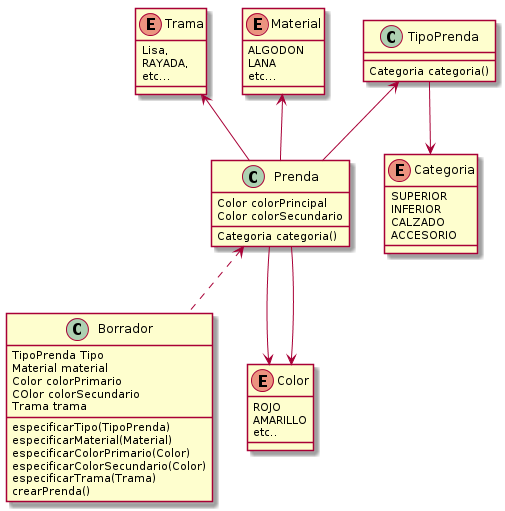
Above: diagrama.png in heinHertz/QueMePongoCuartaIteracion (PlantUML), before the change. Its diagram source:
```plantuml
@startuml
Trama  <--  Prenda
Material <--  Prenda


Prenda <.. Borrador


Prenda --> Color
Prenda --> Color

TipoPrenda <-- Prenda


TipoPrenda --> Categoria




enum Color{
ROJO
AMARILLO
etc..
}



class Prenda{
Color colorPrincipal
Color colorSecundario
  Categoria categoria()
}

class Borrador{
  TipoPrenda Tipo
  Material material
  Color colorPrimario
  COlor colorSecundario
  Trama trama
  especificarTipo(TipoPrenda)
  especificarMaterial(Material)
  especificarColorPrimario(Color)
  especificarColorSecundario(Color)
  especificarTrama(Trama)
  crearPrenda()
}

enum Material {
  ALGODON
  LANA
  etc...
}


enum Categoria{
SUPERIOR
  INFERIOR
  CALZADO
  ACCESORIO
}

class TipoPrenda{
  Categoria categoria()
}

enum Trama {
  Lisa,
  RAYADA,
  etc...
}
@enduml
```
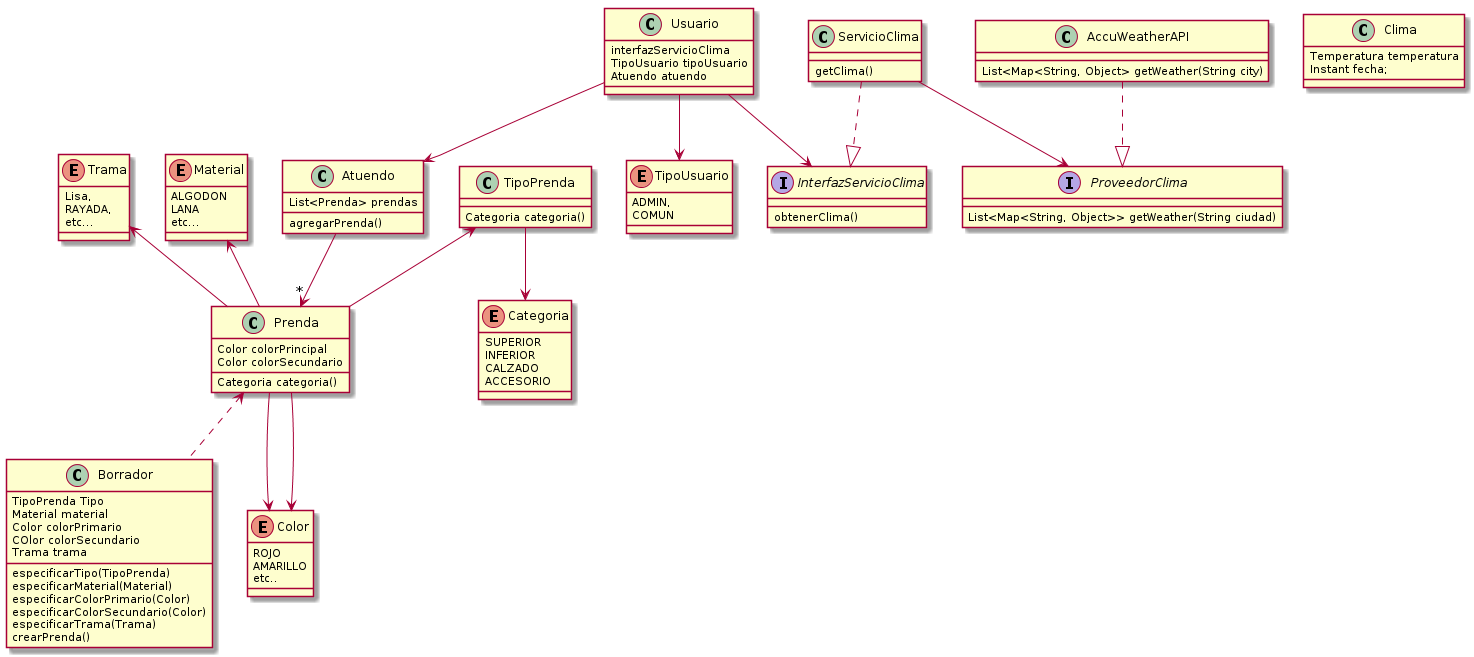
After the commit.

Change to the diagram source:
```diff
@@ -9,12 +9,18 @@
 Prenda --> Color
 Prenda --> Color
 
-TipoPrenda <-- Prenda
+TipoPrenda  <-- Prenda
 
 
 TipoPrenda --> Categoria
 
-
+AccuWeatherAPI ..|> ProveedorClima
+Atuendo --> "*" Prenda
+ServicioClima  ..|> InterfazServicioClima
+ServicioClima --> ProveedorClima
+Usuario --> Atuendo
+Usuario --> InterfazServicioClima
+Usuario --> TipoUsuario
 
 
 enum Color{
@@ -68,4 +74,44 @@
   RAYADA,
   etc...
 }
+class Atuendo{
+
+List<Prenda> prendas
+
+agregarPrenda()
+}
+
+
+interface ProveedorClima  {
+  List<Map<String, Object>> getWeather(String ciudad)
+}
+class AccuWeatherAPI  {
+  List<Map<String, Object> getWeather(String city)
+}
+
+interface InterfazServicioClima  {
+  obtenerClima()
+}
+
+class ServicioClima{
+getClima()
+}
+
+class Clima{
+  Temperatura temperatura
+  Instant fecha;
+}
+
+
+class Usuario{
+  interfazServicioClima
+  TipoUsuario tipoUsuario
+  Atuendo atuendo
+
+}
+
+enum TipoUsuario {
+    ADMIN,
+  COMUN
+}
 @enduml
```
